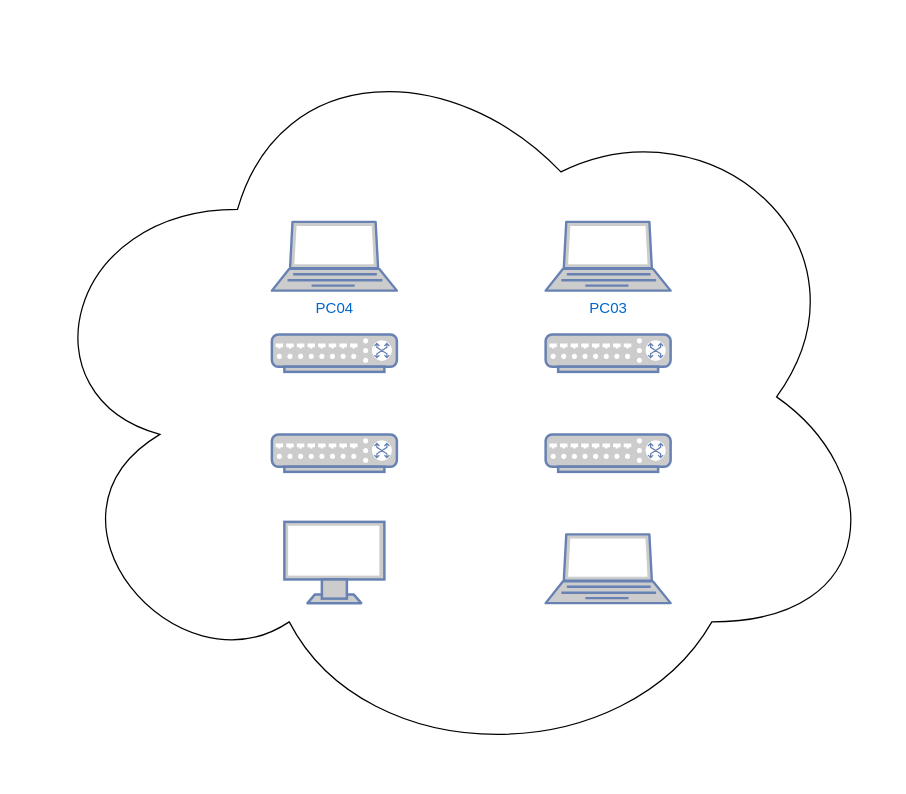
Nrspinto/4ITGP-01 keeps this draw.io diagram as tp 01.drawio. Above is the earlier version. Source tidied: cells renumbered, new cells numbered last; positions are measured from the earlier drawing's top-left corner, leaving out a move shared by most shapes. Both pictures are drawn from the tidied source at 125%, with x=0, y=0 at pixel (21, 21).
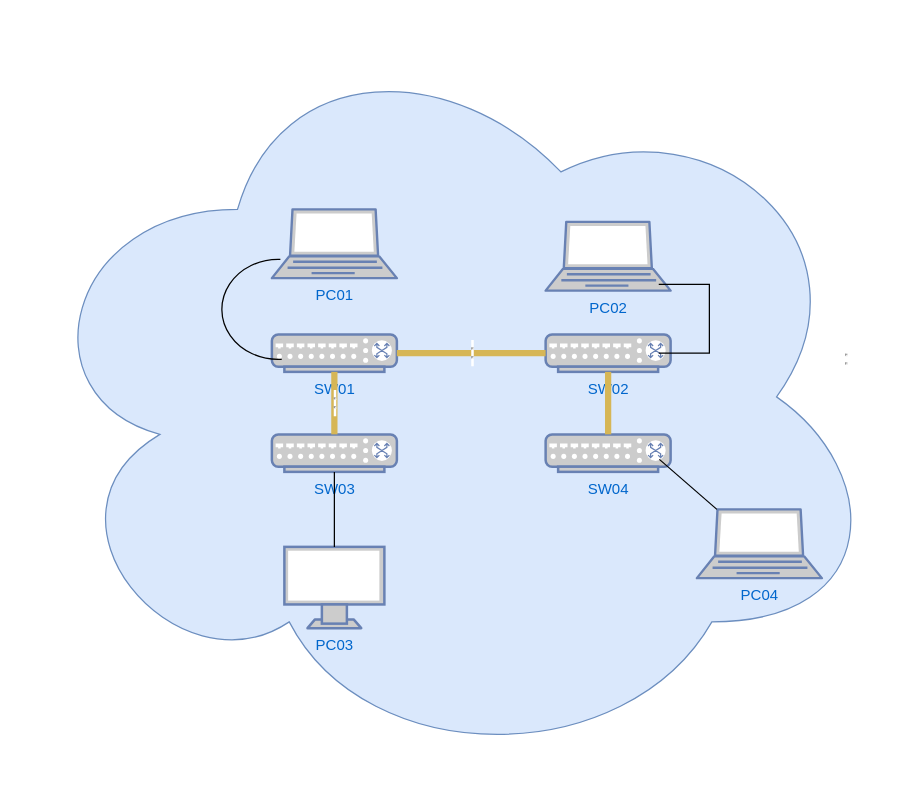
After the change.

Commit message (it also covers changes not shown here):
Mettre à jour tp 01.drawio

Change to the diagram source:
```diff
@@
-    <mxCell id="2" style="ellipse;shape=cloud;whiteSpace=wrap;html=1;" parent="1" vertex="1">
+    <mxCell id="2" style="ellipse;shape=cloud;whiteSpace=wrap;html=1;fillColor=#dae8fc;strokeColor=#6c8ebf;" parent="1" vertex="1">
       <mxGeometry width="690" height="600" as="geometry" />
     </mxCell>
-    <mxCell id="3" style="fontColor=#0066CC;verticalAlign=top;verticalLabelPosition=bottom;labelPosition=center;align=center;html=1;outlineConnect=0;fillColor=#CCCCCC;strokeColor=#6881B3;gradientColor=none;gradientDirection=north;strokeWidth=2;shape=mxgraph.networks.switch;" parent="1" vertex="1">
+    <mxCell id="3" value="SW01" style="fontColor=#0066CC;verticalAlign=top;verticalLabelPosition=bottom;labelPosition=center;align=center;html=1;outlineConnect=0;fillColor=#CCCCCC;strokeColor=#6881B3;gradientColor=none;gradientDirection=north;strokeWidth=2;shape=mxgraph.networks.switch;" parent="1" vertex="1">
       <mxGeometry x="200" y="250" width="100" height="30" as="geometry" />
     </mxCell>
-    <mxCell id="4" style="fontColor=#0066CC;verticalAlign=top;verticalLabelPosition=bottom;labelPosition=center;align=center;html=1;outlineConnect=0;fillColor=#CCCCCC;strokeColor=#6881B3;gradientColor=none;gradientDirection=north;strokeWidth=2;shape=mxgraph.networks.switch;" parent="1" vertex="1">
+    <mxCell id="4" value="SW03" style="fontColor=#0066CC;verticalAlign=top;verticalLabelPosition=bottom;labelPosition=center;align=center;html=1;outlineConnect=0;fillColor=#CCCCCC;strokeColor=#6881B3;gradientColor=none;gradientDirection=north;strokeWidth=2;shape=mxgraph.networks.switch;" parent="1" vertex="1">
       <mxGeometry x="200" y="330" width="100" height="30" as="geometry" />
     </mxCell>
-    <mxCell id="5" style="fontColor=#0066CC;verticalAlign=top;verticalLabelPosition=bottom;labelPosition=center;align=center;html=1;outlineConnect=0;fillColor=#CCCCCC;strokeColor=#6881B3;gradientColor=none;gradientDirection=north;strokeWidth=2;shape=mxgraph.networks.switch;" parent="1" vertex="1">
+    <mxCell id="5" value="SW02" style="fontColor=#0066CC;verticalAlign=top;verticalLabelPosition=bottom;labelPosition=center;align=center;html=1;outlineConnect=0;fillColor=#CCCCCC;strokeColor=#6881B3;gradientColor=none;gradientDirection=north;strokeWidth=2;shape=mxgraph.networks.switch;" parent="1" vertex="1">
       <mxGeometry x="419" y="250" width="100" height="30" as="geometry" />
     </mxCell>
-    <mxCell id="6" style="fontColor=#0066CC;verticalAlign=top;verticalLabelPosition=bottom;labelPosition=center;align=center;html=1;outlineConnect=0;fillColor=#CCCCCC;strokeColor=#6881B3;gradientColor=none;gradientDirection=north;strokeWidth=2;shape=mxgraph.networks.switch;" parent="1" vertex="1">
+    <mxCell id="6" value="SW04" style="fontColor=#0066CC;verticalAlign=top;verticalLabelPosition=bottom;labelPosition=center;align=center;html=1;outlineConnect=0;fillColor=#CCCCCC;strokeColor=#6881B3;gradientColor=none;gradientDirection=north;strokeWidth=2;shape=mxgraph.networks.switch;" parent="1" vertex="1">
       <mxGeometry x="419" y="330" width="100" height="30" as="geometry" />
     </mxCell>
-    <mxCell id="7" value="PC04" style="fontColor=#0066CC;verticalAlign=top;verticalLabelPosition=bottom;labelPosition=center;align=center;html=1;fillColor=#CCCCCC;strokeColor=#6881B3;gradientColor=none;gradientDirection=north;strokeWidth=2;shape=mxgraph.networks.laptop;" parent="1" vertex="1">
-      <mxGeometry x="200" y="160" width="100" height="55" as="geometry" />
+    <mxCell id="7" value="PC01" style="fontColor=#0066CC;verticalAlign=top;verticalLabelPosition=bottom;labelPosition=center;align=center;html=1;fillColor=#CCCCCC;strokeColor=#6881B3;gradientColor=none;gradientDirection=north;strokeWidth=2;shape=mxgraph.networks.laptop;" parent="1" vertex="1">
+      <mxGeometry x="200" y="150" width="100" height="55" as="geometry" />
     </mxCell>
-    <mxCell id="8" value="PC03" style="fontColor=#0066CC;verticalAlign=top;verticalLabelPosition=bottom;labelPosition=center;align=center;html=1;fillColor=#CCCCCC;strokeColor=#6881B3;gradientColor=none;gradientDirection=north;strokeWidth=2;shape=mxgraph.networks.laptop;" parent="1" vertex="1">
+    <mxCell id="8" value="PC02" style="fontColor=#0066CC;verticalAlign=top;verticalLabelPosition=bottom;labelPosition=center;align=center;html=1;fillColor=#CCCCCC;strokeColor=#6881B3;gradientColor=none;gradientDirection=north;strokeWidth=2;shape=mxgraph.networks.laptop;" parent="1" vertex="1">
       <mxGeometry x="419" y="160" width="100" height="55" as="geometry" />
     </mxCell>
-    <mxCell id="9" style="fontColor=#0066CC;verticalAlign=top;verticalLabelPosition=bottom;labelPosition=center;align=center;html=1;outlineConnect=0;fillColor=#CCCCCC;strokeColor=#6881B3;gradientColor=none;gradientDirection=north;strokeWidth=2;shape=mxgraph.networks.monitor;" parent="1" vertex="1">
-      <mxGeometry x="210" y="400" width="80" height="65" as="geometry" />
+    <mxCell id="9" value="PC03" style="fontColor=#0066CC;verticalAlign=top;verticalLabelPosition=bottom;labelPosition=center;align=center;html=1;outlineConnect=0;fillColor=#CCCCCC;strokeColor=#6881B3;gradientColor=none;gradientDirection=north;strokeWidth=2;shape=mxgraph.networks.monitor;" parent="1" vertex="1">
+      <mxGeometry x="210" y="420" width="80" height="65" as="geometry" />
     </mxCell>
-    <mxCell id="10" style="fontColor=#0066CC;verticalAlign=top;verticalLabelPosition=bottom;labelPosition=center;align=center;html=1;outlineConnect=0;fillColor=#CCCCCC;strokeColor=#6881B3;gradientColor=none;gradientDirection=north;strokeWidth=2;shape=mxgraph.networks.laptop;" parent="1" vertex="1">
-      <mxGeometry x="419" y="410" width="100" height="55" as="geometry" />
+    <mxCell id="10" value="PC04" style="fontColor=#0066CC;verticalAlign=top;verticalLabelPosition=bottom;labelPosition=center;align=center;html=1;outlineConnect=0;fillColor=#CCCCCC;strokeColor=#6881B3;gradientColor=none;gradientDirection=north;strokeWidth=2;shape=mxgraph.networks.laptop;" parent="1" vertex="1">
+      <mxGeometry x="540" y="390" width="100" height="55" as="geometry" />
     </mxCell>
+    <mxCell id="11" value="&lt;hr&gt;&lt;hr&gt;" style="endArrow=none;html=1;rounded=0;exitX=1;exitY=0.5;exitDx=0;exitDy=0;exitPerimeter=0;entryX=0;entryY=0.5;entryDx=0;entryDy=0;entryPerimeter=0;fillColor=#fff2cc;endSize=9;strokeWidth=5;strokeColor=#d6b656;" parent="1" edge="1" source="3" target="5">
+      <mxGeometry relative="1" as="geometry" />
+    </mxCell>
+    <mxCell id="12" value="&lt;hr&gt;&lt;hr&gt;" style="endArrow=none;html=1;rounded=0;exitX=0.5;exitY=1;exitDx=0;exitDy=0;exitPerimeter=0;fillColor=#fff2cc;endSize=9;strokeWidth=5;strokeColor=#d6b656;" parent="1" edge="1" source="3" target="4">
+      <mxGeometry relative="1" as="geometry">
+        <Array as="points">
+          <mxPoint x="250" y="310" />
+        </Array>
+      </mxGeometry>
+    </mxCell>
+    <mxCell id="13" value="&lt;hr&gt;&lt;hr&gt;" style="endArrow=none;html=1;rounded=0;fillColor=#fff2cc;endSize=9;strokeWidth=5;strokeColor=#d6b656;" parent="1" edge="1" source="5" target="6">
+      <mxGeometry x="-1" y="190" relative="1" as="geometry">
+        <mxPoint y="-10" as="offset" />
+      </mxGeometry>
+    </mxCell>
+    <mxCell id="14" style="verticalLabelPosition=bottom;verticalAlign=top;html=1;shape=mxgraph.basic.arc;startAngle=0.4898116998457461;endAngle=0.006362805673995916;" parent="1" vertex="1">
+      <mxGeometry x="160" y="190" width="90" height="80" as="geometry" />
+    </mxCell>
+    <mxCell id="15" style="endArrow=none;html=1;rounded=0;" parent="1" edge="1" source="9" target="4">
+      <mxGeometry relative="1" as="geometry" />
+    </mxCell>
+    <mxCell id="16" style="endArrow=none;html=1;rounded=0;entryX=0.16;entryY=0;entryDx=0;entryDy=0;entryPerimeter=0;" parent="1" edge="1" target="10">
+      <mxGeometry relative="1" as="geometry">
+        <mxPoint x="510" y="350" as="sourcePoint" />
+      </mxGeometry>
+    </mxCell>
+    <mxCell id="17" style="shape=partialRectangle;whiteSpace=wrap;html=1;bottom=1;right=1;left=1;top=0;fillColor=none;routingCenterX=-0.5;direction=north;" parent="1" vertex="1">
+      <mxGeometry x="510" y="210" width="40" height="55" as="geometry" />
+    </mxCell>
```
